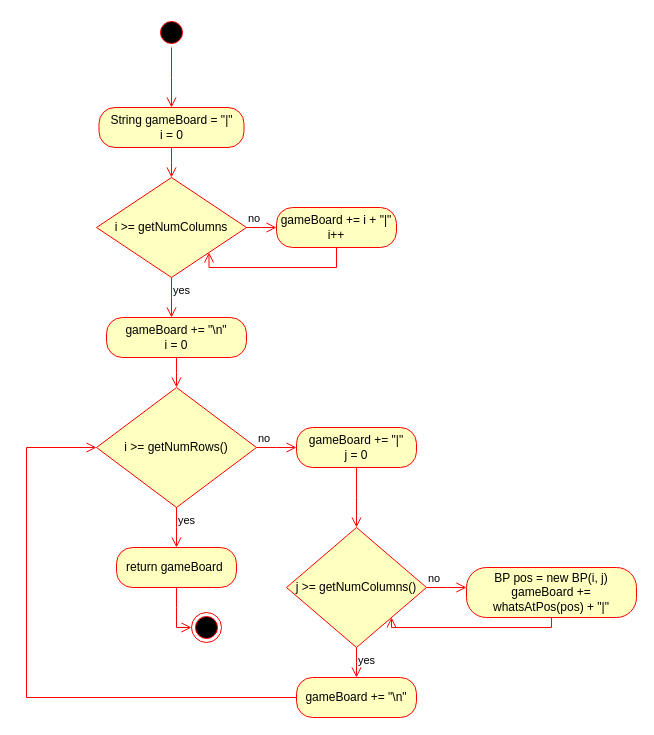
This is DRAW_IO/toString_AD.drawio from c-tollison/extendedConnectX, a draw.io file, before an edit. Source tidied: cells renumbered, new cells numbered last; positions are measured from the earlier drawing's top-left corner, leaving out a move shared by most shapes. Both pictures are drawn from the tidied source at 100%, with x=0, y=0 at pixel (26, 17).
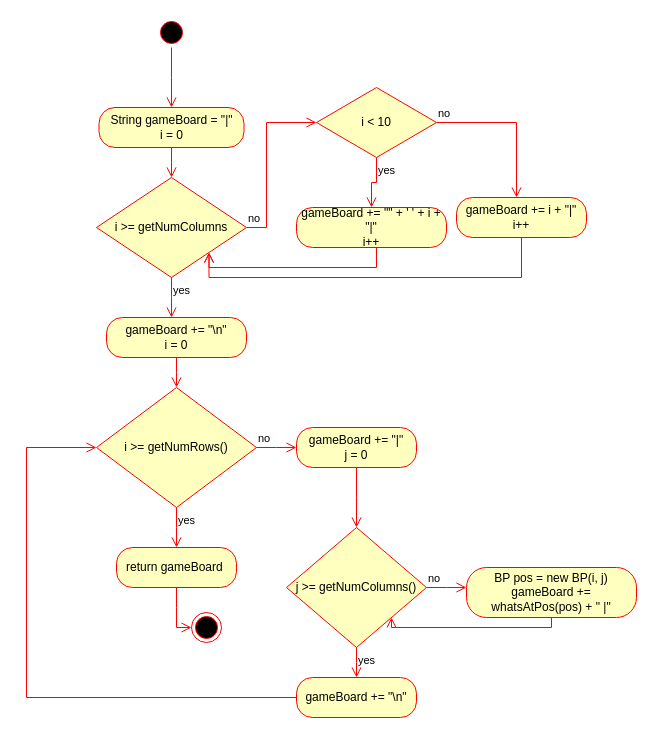
After the change.

The change refers to these unchanged cells:
```xml
<mxCell id="6" value="i &amp;gt;= getNumColumns" style="rhombus;whiteSpace=wrap;html=1;fillColor=#ffffc0;strokeColor=#ff0000;" parent="1" vertex="1">
  <mxGeometry x="70" y="160" width="150" height="100" as="geometry" />
</mxCell>
```

What changed in the source:
```diff
@@
-    <mxCell id="7" value="no" style="edgeStyle=orthogonalEdgeStyle;html=1;align=left;verticalAlign=bottom;endArrow=open;endSize=8;strokeColor=#ff0000;rounded=0;" parent="1" edge="1" source="6">
+    <mxCell id="7" value="no" style="edgeStyle=orthogonalEdgeStyle;html=1;align=left;verticalAlign=bottom;endArrow=open;endSize=8;strokeColor=#ff0000;rounded=0;entryX=0;entryY=0.5;entryDx=0;entryDy=0;" parent="1" edge="1" source="6" target="28">
       <mxGeometry x="-1" relative="1" as="geometry">
-        <mxPoint x="250" y="210" as="targetPoint" />
+        <Array as="points">
+          <mxPoint x="240" y="210" />
+          <mxPoint x="240" y="105" />
+        </Array>
       </mxGeometry>
     </mxCell>
@@
-    <mxCell id="9" value="gameBoard += i + &quot;|&quot;&lt;br&gt;i++" style="rounded=1;whiteSpace=wrap;html=1;arcSize=40;fontColor=#000000;fillColor=#ffffc0;strokeColor=#ff0000;" parent="1" vertex="1">
-      <mxGeometry x="250" y="190" width="120" height="40" as="geometry" />
+    <mxCell id="9" value="gameBoard += &quot;&quot; + ' ' + i + &quot;|&quot;&lt;br&gt;i++" style="rounded=1;whiteSpace=wrap;html=1;arcSize=40;fontColor=#000000;fillColor=#ffffc0;strokeColor=#ff0000;" parent="1" vertex="1">
+      <mxGeometry x="270" y="190" width="150" height="40" as="geometry" />
     </mxCell>
     <mxCell id="10" style="edgeStyle=orthogonalEdgeStyle;html=1;verticalAlign=bottom;endArrow=open;endSize=8;strokeColor=#ff0000;rounded=0;entryX=1;entryY=1;entryDx=0;entryDy=0;" parent="1" edge="1" source="9" target="6">
       <mxGeometry relative="1" as="geometry">
         <Array as="points">
-          <mxPoint x="310" y="250" />
+          <mxPoint x="350" y="250" />
           <mxPoint x="183" y="250" />
         </Array>
       </mxGeometry>
     </mxCell>
@@
-    <mxCell id="21" value="BP pos = new BP(i, j)&lt;br&gt;gameBoard += whatsAtPos(pos) + &quot;|&quot;" style="rounded=1;whiteSpace=wrap;html=1;arcSize=40;fontColor=#000000;fillColor=#ffffc0;strokeColor=#ff0000;" parent="1" vertex="1">
+    <mxCell id="21" value="BP pos = new BP(i, j)&lt;br&gt;gameBoard += whatsAtPos(pos) + &quot; |&quot;" style="rounded=1;whiteSpace=wrap;html=1;arcSize=40;fontColor=#000000;fillColor=#ffffc0;strokeColor=#ff0000;" parent="1" vertex="1">
       <mxGeometry x="440" y="550" width="170" height="50" as="geometry" />
     </mxCell>
@@
+    <mxCell id="28" value="i &amp;lt; 10" style="rhombus;whiteSpace=wrap;html=1;fillColor=#ffffc0;strokeColor=#ff0000;" parent="1" vertex="1">
+      <mxGeometry x="290" y="70" width="120" height="70" as="geometry" />
+    </mxCell>
+    <mxCell id="29" value="no" style="edgeStyle=orthogonalEdgeStyle;html=1;align=left;verticalAlign=bottom;endArrow=open;endSize=8;strokeColor=#ff0000;rounded=0;" parent="1" edge="1" source="28">
+      <mxGeometry x="-1" relative="1" as="geometry">
+        <mxPoint x="490" y="180" as="targetPoint" />
+        <Array as="points">
+          <mxPoint x="490" y="105" />
+        </Array>
+      </mxGeometry>
+    </mxCell>
+    <mxCell id="30" value="yes" style="edgeStyle=orthogonalEdgeStyle;html=1;align=left;verticalAlign=top;endArrow=open;endSize=8;strokeColor=#ff0000;rounded=0;entryX=0.5;entryY=0;entryDx=0;entryDy=0;" parent="1" edge="1" source="28" target="9">
+      <mxGeometry x="-1" relative="1" as="geometry" />
+    </mxCell>
+    <mxCell id="31" value="gameBoard += i + &quot;|&quot;&lt;br&gt;i++" style="rounded=1;whiteSpace=wrap;html=1;arcSize=40;fontColor=#000000;fillColor=#ffffc0;strokeColor=#ff0000;" parent="1" vertex="1">
+      <mxGeometry x="430" y="180" width="130" height="40" as="geometry" />
+    </mxCell>
+    <mxCell id="32" style="edgeStyle=orthogonalEdgeStyle;html=1;verticalAlign=bottom;endArrow=open;endSize=8;strokeColor=#ff0000;rounded=0;entryX=1;entryY=1;entryDx=0;entryDy=0;" parent="1" edge="1" source="31" target="6">
+      <mxGeometry relative="1" as="geometry">
+        <Array as="points">
+          <mxPoint x="495" y="260" />
+          <mxPoint x="183" y="260" />
+        </Array>
+      </mxGeometry>
+    </mxCell>
```
